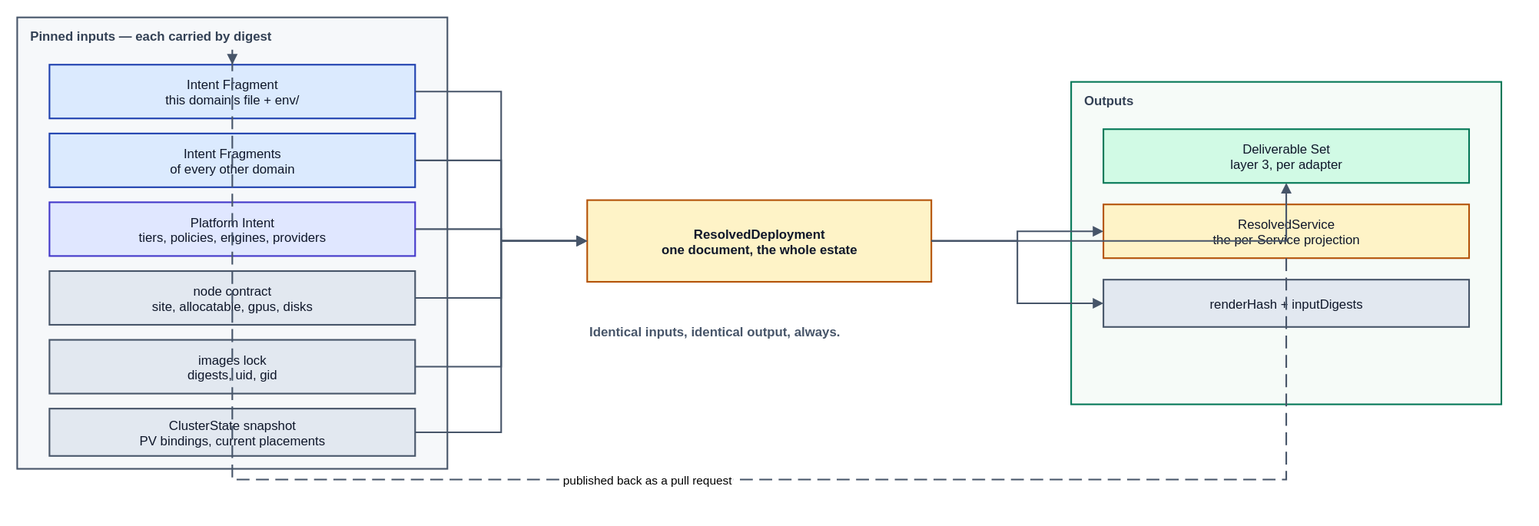
JorisJonkers-dev/deploy-kit keeps this draw.io diagram as spec/v1/diagrams/20-resolved-deployment-io.drawio.svg. Above is the earlier version. Source tidied: cells renumbered, new cells last; positions are measured from the earlier drawing's top-left corner, leaving out a move shared by most shapes. The source it was exported from:
```xml
<mxGraphModel>
  <root>
    <mxCell id="0" />
    <mxCell id="1" parent="0" />
    <mxCell id="2" value="Pinned inputs  —  each carried by digest" style="rounded=0;whiteSpace=nowrap;html=0;fillColor=#f6f8fa;strokeColor=#475569;strokeWidth=1.5;verticalAlign=top;align=left;spacingLeft=10;spacingTop=4;fontStyle=1;fontSize=12;fontFamily=Helvetica;fontColor=#334155;" parent="1" vertex="1">
      <mxGeometry width="400" height="420" as="geometry" />
    </mxCell>
    <mxCell id="3" value="Intent Fragment&#10;this domain's file + env/" style="rounded=0;whiteSpace=nowrap;html=0;align=center;verticalAlign=middle;fillColor=#dbeafe;strokeColor=#1e40af;strokeWidth=1.5;fontFamily=Helvetica;fontSize=12;fontColor=#0f172a;" parent="1" vertex="1">
      <mxGeometry x="30" y="44" width="340" height="50" as="geometry" />
    </mxCell>
    <mxCell id="4" value="Intent Fragments&#10;of every other domain" style="rounded=0;whiteSpace=nowrap;html=0;align=center;verticalAlign=middle;fillColor=#dbeafe;strokeColor=#1e40af;strokeWidth=1.5;fontFamily=Helvetica;fontSize=12;fontColor=#0f172a;" parent="1" vertex="1">
      <mxGeometry x="30" y="108" width="340" height="50" as="geometry" />
    </mxCell>
    <mxCell id="5" value="Platform Intent&#10;tiers, policies, engines, providers" style="rounded=0;whiteSpace=nowrap;html=0;align=center;verticalAlign=middle;fillColor=#e0e7ff;strokeColor=#4338ca;strokeWidth=1.5;fontFamily=Helvetica;fontSize=12;fontColor=#0f172a;" parent="1" vertex="1">
      <mxGeometry x="30" y="172" width="340" height="50" as="geometry" />
    </mxCell>
    <mxCell id="6" value="node contract&#10;site, allocatable, gpus, disks" style="rounded=0;whiteSpace=nowrap;html=0;align=center;verticalAlign=middle;fillColor=#e2e8f0;strokeColor=#475569;strokeWidth=1.5;fontFamily=Helvetica;fontSize=12;fontColor=#0f172a;" parent="1" vertex="1">
      <mxGeometry x="30" y="236" width="340" height="50" as="geometry" />
    </mxCell>
    <mxCell id="7" value="images lock&#10;digests, uid, gid" style="rounded=0;whiteSpace=nowrap;html=0;align=center;verticalAlign=middle;fillColor=#e2e8f0;strokeColor=#475569;strokeWidth=1.5;fontFamily=Helvetica;fontSize=12;fontColor=#0f172a;" parent="1" vertex="1">
      <mxGeometry x="30" y="300" width="340" height="50" as="geometry" />
    </mxCell>
    <mxCell id="8" value="ClusterState snapshot&#10;PV bindings, current placements" style="rounded=0;whiteSpace=nowrap;html=0;align=center;verticalAlign=middle;fillColor=#e2e8f0;strokeColor=#475569;strokeWidth=1.5;fontFamily=Helvetica;fontSize=12;fontColor=#0f172a;" parent="1" vertex="1">
      <mxGeometry x="30" y="364" width="340" height="44" as="geometry" />
    </mxCell>
    <mxCell id="9" value="ResolvedDeployment&#10;one document, the whole estate" style="rounded=0;whiteSpace=nowrap;html=0;align=center;verticalAlign=middle;fillColor=#fef3c7;strokeColor=#b45309;strokeWidth=1.5;fontFamily=Helvetica;fontSize=12;fontColor=#0f172a;fontStyle=1;" parent="1" vertex="1">
      <mxGeometry x="530" y="170" width="320" height="76" as="geometry" />
    </mxCell>
    <mxCell id="10" value="Outputs" style="rounded=0;whiteSpace=nowrap;html=0;fillColor=#f6fbf8;strokeColor=#047857;strokeWidth=1.5;verticalAlign=top;align=left;spacingLeft=10;spacingTop=4;fontStyle=1;fontSize=12;fontFamily=Helvetica;fontColor=#334155;" parent="1" vertex="1">
      <mxGeometry x="980" y="60" width="400" height="300" as="geometry" />
    </mxCell>
    <mxCell id="11" value="Deliverable Set&#10;layer 3, per adapter" style="rounded=0;whiteSpace=nowrap;html=0;align=center;verticalAlign=middle;fillColor=#d1fae5;strokeColor=#047857;strokeWidth=1.5;fontFamily=Helvetica;fontSize=12;fontColor=#0f172a;" parent="1" vertex="1">
      <mxGeometry x="1010" y="104" width="340" height="50" as="geometry" />
    </mxCell>
    <mxCell id="12" value="ResolvedService&#10;the per-Service projection" style="rounded=0;whiteSpace=nowrap;html=0;align=center;verticalAlign=middle;fillColor=#fef3c7;strokeColor=#b45309;strokeWidth=1.5;fontFamily=Helvetica;fontSize=12;fontColor=#0f172a;" parent="1" vertex="1">
      <mxGeometry x="1010" y="174" width="340" height="50" as="geometry" />
    </mxCell>
    <mxCell id="13" value="renderHash  +  inputDigests" style="rounded=0;whiteSpace=nowrap;html=0;align=center;verticalAlign=middle;fillColor=#e2e8f0;strokeColor=#475569;strokeWidth=1.5;fontFamily=Helvetica;fontSize=12;fontColor=#0f172a;" parent="1" vertex="1">
      <mxGeometry x="1010" y="244" width="340" height="44" as="geometry" />
    </mxCell>
    <mxCell id="14" style="edgeStyle=orthogonalEdgeStyle;rounded=0;html=0;jettySize=auto;endArrow=block;endFill=1;strokeColor=#475569;strokeWidth=1.5;fontSize=11;fontFamily=Helvetica;labelBackgroundColor=#ffffff;entryX=0;entryY=0.5;entryDx=0;entryDy=0;" parent="1" edge="1" source="3" target="9">
      <mxGeometry relative="1" as="geometry" />
    </mxCell>
    <mxCell id="15" style="edgeStyle=orthogonalEdgeStyle;rounded=0;html=0;jettySize=auto;endArrow=block;endFill=1;strokeColor=#475569;strokeWidth=1.5;fontSize=11;fontFamily=Helvetica;labelBackgroundColor=#ffffff;entryX=0;entryY=0.5;entryDx=0;entryDy=0;" parent="1" edge="1" source="4" target="9">
      <mxGeometry relative="1" as="geometry" />
    </mxCell>
    <mxCell id="16" style="edgeStyle=orthogonalEdgeStyle;rounded=0;html=0;jettySize=auto;endArrow=block;endFill=1;strokeColor=#475569;strokeWidth=1.5;fontSize=11;fontFamily=Helvetica;labelBackgroundColor=#ffffff;entryX=0;entryY=0.5;entryDx=0;entryDy=0;" parent="1" edge="1" source="5" target="9">
      <mxGeometry relative="1" as="geometry" />
    </mxCell>
    <mxCell id="17" style="edgeStyle=orthogonalEdgeStyle;rounded=0;html=0;jettySize=auto;endArrow=block;endFill=1;strokeColor=#475569;strokeWidth=1.5;fontSize=11;fontFamily=Helvetica;labelBackgroundColor=#ffffff;entryX=0;entryY=0.5;entryDx=0;entryDy=0;" parent="1" edge="1" source="6" target="9">
      <mxGeometry relative="1" as="geometry" />
    </mxCell>
    <mxCell id="18" style="edgeStyle=orthogonalEdgeStyle;rounded=0;html=0;jettySize=auto;endArrow=block;endFill=1;strokeColor=#475569;strokeWidth=1.5;fontSize=11;fontFamily=Helvetica;labelBackgroundColor=#ffffff;entryX=0;entryY=0.5;entryDx=0;entryDy=0;" parent="1" edge="1" source="7" target="9">
      <mxGeometry relative="1" as="geometry" />
    </mxCell>
    <mxCell id="19" style="edgeStyle=orthogonalEdgeStyle;rounded=0;html=0;jettySize=auto;endArrow=block;endFill=1;strokeColor=#475569;strokeWidth=1.5;fontSize=11;fontFamily=Helvetica;labelBackgroundColor=#ffffff;entryX=0;entryY=0.5;entryDx=0;entryDy=0;" parent="1" edge="1" source="8" target="9">
      <mxGeometry relative="1" as="geometry" />
    </mxCell>
    <mxCell id="20" style="edgeStyle=orthogonalEdgeStyle;rounded=0;html=0;jettySize=auto;endArrow=block;endFill=1;strokeColor=#475569;strokeWidth=1.5;fontSize=11;fontFamily=Helvetica;labelBackgroundColor=#ffffff;exitX=1;exitY=0.5;exitDx=0;exitDy=0;" parent="1" edge="1" source="9" target="11">
      <mxGeometry relative="1" as="geometry" />
    </mxCell>
    <mxCell id="21" style="edgeStyle=orthogonalEdgeStyle;rounded=0;html=0;jettySize=auto;endArrow=block;endFill=1;strokeColor=#475569;strokeWidth=1.5;fontSize=11;fontFamily=Helvetica;labelBackgroundColor=#ffffff;exitX=1;exitY=0.5;exitDx=0;exitDy=0;" parent="1" edge="1" source="9" target="12">
      <mxGeometry relative="1" as="geometry" />
    </mxCell>
    <mxCell id="22" style="edgeStyle=orthogonalEdgeStyle;rounded=0;html=0;jettySize=auto;endArrow=block;endFill=1;strokeColor=#475569;strokeWidth=1.5;fontSize=11;fontFamily=Helvetica;labelBackgroundColor=#ffffff;exitX=1;exitY=0.5;exitDx=0;exitDy=0;" parent="1" edge="1" source="9" target="13">
      <mxGeometry relative="1" as="geometry" />
    </mxCell>
    <mxCell id="23" value="published back as a pull request" style="edgeStyle=orthogonalEdgeStyle;rounded=0;html=0;jettySize=auto;endArrow=block;endFill=1;strokeColor=#475569;strokeWidth=1.5;fontSize=11;fontFamily=Helvetica;labelBackgroundColor=#ffffff;dashed=1;dashPattern=8 4;exitX=0.5;exitY=1;exitDx=0;exitDy=0;entryX=0.5;entryY=0;entryDx=0;entryDy=0;" parent="1" edge="1" source="12" target="3">
      <mxGeometry relative="1" as="geometry">
        <Array as="points">
          <mxPoint x="1180" y="430" />
          <mxPoint x="200" y="430" />
          <mxPoint x="200" y="30" />
        </Array>
      </mxGeometry>
    </mxCell>
    <mxCell id="24" value="Identical inputs, identical output, always." style="text;html=0;strokeColor=none;fillColor=none;align=left;verticalAlign=middle;fontFamily=Helvetica;fontSize=12;fontColor=#475569;fontStyle=1;" parent="1" vertex="1">
      <mxGeometry x="530" y="280" width="340" height="24" as="geometry" />
    </mxCell>
  </root>
</mxGraphModel>
```
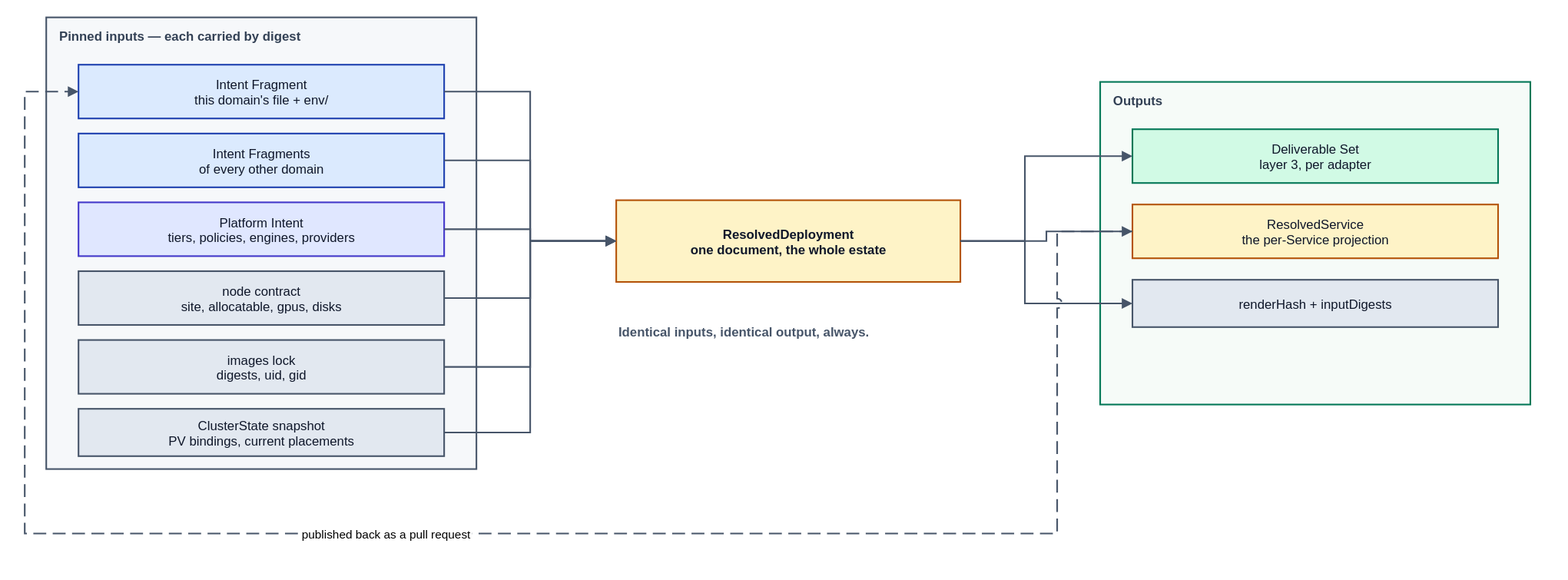
After the change.

The edit, as a diff of the source:
```diff
@@ -5,6 +5,9 @@
     <mxCell id="2" value="Pinned inputs  —  each carried by digest" style="rounded=0;whiteSpace=nowrap;html=0;fillColor=#f6f8fa;strokeColor=#475569;strokeWidth=1.5;verticalAlign=top;align=left;spacingLeft=10;spacingTop=4;fontStyle=1;fontSize=12;fontFamily=Helvetica;fontColor=#334155;" parent="1" vertex="1">
       <mxGeometry width="400" height="420" as="geometry" />
     </mxCell>
+    <mxCell id="10" value="Outputs" style="rounded=0;whiteSpace=nowrap;html=0;fillColor=#f6fbf8;strokeColor=#047857;strokeWidth=1.5;verticalAlign=top;align=left;spacingLeft=10;spacingTop=4;fontStyle=1;fontSize=12;fontFamily=Helvetica;fontColor=#334155;" parent="1" vertex="1">
+      <mxGeometry x="980" y="60" width="400" height="300" as="geometry" />
+    </mxCell>
     <mxCell id="3" value="Intent Fragment&#10;this domain's file + env/" style="rounded=0;whiteSpace=nowrap;html=0;align=center;verticalAlign=middle;fillColor=#dbeafe;strokeColor=#1e40af;strokeWidth=1.5;fontFamily=Helvetica;fontSize=12;fontColor=#0f172a;" parent="1" vertex="1">
       <mxGeometry x="30" y="44" width="340" height="50" as="geometry" />
     </mxCell>
@@ -26,9 +29,6 @@
     <mxCell id="9" value="ResolvedDeployment&#10;one document, the whole estate" style="rounded=0;whiteSpace=nowrap;html=0;align=center;verticalAlign=middle;fillColor=#fef3c7;strokeColor=#b45309;strokeWidth=1.5;fontFamily=Helvetica;fontSize=12;fontColor=#0f172a;fontStyle=1;" parent="1" vertex="1">
       <mxGeometry x="530" y="170" width="320" height="76" as="geometry" />
     </mxCell>
-    <mxCell id="10" value="Outputs" style="rounded=0;whiteSpace=nowrap;html=0;fillColor=#f6fbf8;strokeColor=#047857;strokeWidth=1.5;verticalAlign=top;align=left;spacingLeft=10;spacingTop=4;fontStyle=1;fontSize=12;fontFamily=Helvetica;fontColor=#334155;" parent="1" vertex="1">
-      <mxGeometry x="980" y="60" width="400" height="300" as="geometry" />
-    </mxCell>
     <mxCell id="11" value="Deliverable Set&#10;layer 3, per adapter" style="rounded=0;whiteSpace=nowrap;html=0;align=center;verticalAlign=middle;fillColor=#d1fae5;strokeColor=#047857;strokeWidth=1.5;fontFamily=Helvetica;fontSize=12;fontColor=#0f172a;" parent="1" vertex="1">
       <mxGeometry x="1010" y="104" width="340" height="50" as="geometry" />
     </mxCell>
@@ -38,39 +38,48 @@
     <mxCell id="13" value="renderHash  +  inputDigests" style="rounded=0;whiteSpace=nowrap;html=0;align=center;verticalAlign=middle;fillColor=#e2e8f0;strokeColor=#475569;strokeWidth=1.5;fontFamily=Helvetica;fontSize=12;fontColor=#0f172a;" parent="1" vertex="1">
       <mxGeometry x="1010" y="244" width="340" height="44" as="geometry" />
     </mxCell>
-    <mxCell id="14" style="edgeStyle=orthogonalEdgeStyle;rounded=0;html=0;jettySize=auto;endArrow=block;endFill=1;strokeColor=#475569;strokeWidth=1.5;fontSize=11;fontFamily=Helvetica;labelBackgroundColor=#ffffff;entryX=0;entryY=0.5;entryDx=0;entryDy=0;" parent="1" edge="1" source="3" target="9">
+    <mxCell id="14" style="edgeStyle=orthogonalEdgeStyle;rounded=0;html=0;jettySize=auto;jumpStyle=arc;jumpSize=8;endArrow=block;endFill=1;strokeColor=#475569;strokeWidth=1.5;fontSize=11;fontFamily=Helvetica;labelBackgroundColor=#ffffff;entryX=0;entryY=0.5;entryDx=0;entryDy=0;" parent="1" edge="1" source="3" target="9">
       <mxGeometry relative="1" as="geometry" />
     </mxCell>
-    <mxCell id="15" style="edgeStyle=orthogonalEdgeStyle;rounded=0;html=0;jettySize=auto;endArrow=block;endFill=1;strokeColor=#475569;strokeWidth=1.5;fontSize=11;fontFamily=Helvetica;labelBackgroundColor=#ffffff;entryX=0;entryY=0.5;entryDx=0;entryDy=0;" parent="1" edge="1" source="4" target="9">
+    <mxCell id="15" style="edgeStyle=orthogonalEdgeStyle;rounded=0;html=0;jettySize=auto;jumpStyle=arc;jumpSize=8;endArrow=block;endFill=1;strokeColor=#475569;strokeWidth=1.5;fontSize=11;fontFamily=Helvetica;labelBackgroundColor=#ffffff;entryX=0;entryY=0.5;entryDx=0;entryDy=0;" parent="1" edge="1" source="4" target="9">
       <mxGeometry relative="1" as="geometry" />
     </mxCell>
-    <mxCell id="16" style="edgeStyle=orthogonalEdgeStyle;rounded=0;html=0;jettySize=auto;endArrow=block;endFill=1;strokeColor=#475569;strokeWidth=1.5;fontSize=11;fontFamily=Helvetica;labelBackgroundColor=#ffffff;entryX=0;entryY=0.5;entryDx=0;entryDy=0;" parent="1" edge="1" source="5" target="9">
+    <mxCell id="16" style="edgeStyle=orthogonalEdgeStyle;rounded=0;html=0;jettySize=auto;jumpStyle=arc;jumpSize=8;endArrow=block;endFill=1;strokeColor=#475569;strokeWidth=1.5;fontSize=11;fontFamily=Helvetica;labelBackgroundColor=#ffffff;entryX=0;entryY=0.5;entryDx=0;entryDy=0;" parent="1" edge="1" source="5" target="9">
       <mxGeometry relative="1" as="geometry" />
     </mxCell>
-    <mxCell id="17" style="edgeStyle=orthogonalEdgeStyle;rounded=0;html=0;jettySize=auto;endArrow=block;endFill=1;strokeColor=#475569;strokeWidth=1.5;fontSize=11;fontFamily=Helvetica;labelBackgroundColor=#ffffff;entryX=0;entryY=0.5;entryDx=0;entryDy=0;" parent="1" edge="1" source="6" target="9">
+    <mxCell id="17" style="edgeStyle=orthogonalEdgeStyle;rounded=0;html=0;jettySize=auto;jumpStyle=arc;jumpSize=8;endArrow=block;endFill=1;strokeColor=#475569;strokeWidth=1.5;fontSize=11;fontFamily=Helvetica;labelBackgroundColor=#ffffff;entryX=0;entryY=0.5;entryDx=0;entryDy=0;" parent="1" edge="1" source="6" target="9">
       <mxGeometry relative="1" as="geometry" />
     </mxCell>
-    <mxCell id="18" style="edgeStyle=orthogonalEdgeStyle;rounded=0;html=0;jettySize=auto;endArrow=block;endFill=1;strokeColor=#475569;strokeWidth=1.5;fontSize=11;fontFamily=Helvetica;labelBackgroundColor=#ffffff;entryX=0;entryY=0.5;entryDx=0;entryDy=0;" parent="1" edge="1" source="7" target="9">
+    <mxCell id="18" style="edgeStyle=orthogonalEdgeStyle;rounded=0;html=0;jettySize=auto;jumpStyle=arc;jumpSize=8;endArrow=block;endFill=1;strokeColor=#475569;strokeWidth=1.5;fontSize=11;fontFamily=Helvetica;labelBackgroundColor=#ffffff;entryX=0;entryY=0.5;entryDx=0;entryDy=0;" parent="1" edge="1" source="7" target="9">
       <mxGeometry relative="1" as="geometry" />
     </mxCell>
-    <mxCell id="19" style="edgeStyle=orthogonalEdgeStyle;rounded=0;html=0;jettySize=auto;endArrow=block;endFill=1;strokeColor=#475569;strokeWidth=1.5;fontSize=11;fontFamily=Helvetica;labelBackgroundColor=#ffffff;entryX=0;entryY=0.5;entryDx=0;entryDy=0;" parent="1" edge="1" source="8" target="9">
+    <mxCell id="19" style="edgeStyle=orthogonalEdgeStyle;rounded=0;html=0;jettySize=auto;jumpStyle=arc;jumpSize=8;endArrow=block;endFill=1;strokeColor=#475569;strokeWidth=1.5;fontSize=11;fontFamily=Helvetica;labelBackgroundColor=#ffffff;entryX=0;entryY=0.5;entryDx=0;entryDy=0;" parent="1" edge="1" source="8" target="9">
       <mxGeometry relative="1" as="geometry" />
     </mxCell>
-    <mxCell id="20" style="edgeStyle=orthogonalEdgeStyle;rounded=0;html=0;jettySize=auto;endArrow=block;endFill=1;strokeColor=#475569;strokeWidth=1.5;fontSize=11;fontFamily=Helvetica;labelBackgroundColor=#ffffff;exitX=1;exitY=0.5;exitDx=0;exitDy=0;" parent="1" edge="1" source="9" target="11">
-      <mxGeometry relative="1" as="geometry" />
+    <mxCell id="20" style="edgeStyle=orthogonalEdgeStyle;rounded=0;html=0;jettySize=auto;jumpStyle=arc;jumpSize=8;endArrow=block;endFill=1;strokeColor=#475569;strokeWidth=1.5;fontSize=11;fontFamily=Helvetica;labelBackgroundColor=#ffffff;exitX=1;exitY=0.5;exitDx=0;exitDy=0;entryX=0;entryY=0.5;entryDx=0;entryDy=0;" parent="1" edge="1" source="9" target="11">
+      <mxGeometry relative="1" as="geometry">
+        <Array as="points">
+          <mxPoint x="910" y="129" />
+        </Array>
+      </mxGeometry>
     </mxCell>
-    <mxCell id="21" style="edgeStyle=orthogonalEdgeStyle;rounded=0;html=0;jettySize=auto;endArrow=block;endFill=1;strokeColor=#475569;strokeWidth=1.5;fontSize=11;fontFamily=Helvetica;labelBackgroundColor=#ffffff;exitX=1;exitY=0.5;exitDx=0;exitDy=0;" parent="1" edge="1" source="9" target="12">
+    <mxCell id="21" style="edgeStyle=orthogonalEdgeStyle;rounded=0;html=0;jettySize=auto;jumpStyle=arc;jumpSize=8;endArrow=block;endFill=1;strokeColor=#475569;strokeWidth=1.5;fontSize=11;fontFamily=Helvetica;labelBackgroundColor=#ffffff;exitX=1;exitY=0.5;exitDx=0;exitDy=0;entryX=0;entryY=0.5;entryDx=0;entryDy=0;" parent="1" edge="1" source="9" target="12">
       <mxGeometry relative="1" as="geometry" />
     </mxCell>
-    <mxCell id="22" style="edgeStyle=orthogonalEdgeStyle;rounded=0;html=0;jettySize=auto;endArrow=block;endFill=1;strokeColor=#475569;strokeWidth=1.5;fontSize=11;fontFamily=Helvetica;labelBackgroundColor=#ffffff;exitX=1;exitY=0.5;exitDx=0;exitDy=0;" parent="1" edge="1" source="9" target="13">
-      <mxGeometry relative="1" as="geometry" />
+    <mxCell id="22" style="edgeStyle=orthogonalEdgeStyle;rounded=0;html=0;jettySize=auto;jumpStyle=arc;jumpSize=8;endArrow=block;endFill=1;strokeColor=#475569;strokeWidth=1.5;fontSize=11;fontFamily=Helvetica;labelBackgroundColor=#ffffff;exitX=1;exitY=0.5;exitDx=0;exitDy=0;entryX=0;entryY=0.5;entryDx=0;entryDy=0;" parent="1" edge="1" source="9" target="13">
+      <mxGeometry relative="1" as="geometry">
+        <Array as="points">
+          <mxPoint x="910" y="266" />
+        </Array>
+      </mxGeometry>
     </mxCell>
-    <mxCell id="23" value="published back as a pull request" style="edgeStyle=orthogonalEdgeStyle;rounded=0;html=0;jettySize=auto;endArrow=block;endFill=1;strokeColor=#475569;strokeWidth=1.5;fontSize=11;fontFamily=Helvetica;labelBackgroundColor=#ffffff;dashed=1;dashPattern=8 4;exitX=0.5;exitY=1;exitDx=0;exitDy=0;entryX=0.5;entryY=0;entryDx=0;entryDy=0;" parent="1" edge="1" source="12" target="3">
-      <mxGeometry relative="1" as="geometry">
+    <mxCell id="23" value="published back as a pull request" style="edgeStyle=orthogonalEdgeStyle;rounded=0;html=0;jettySize=auto;jumpStyle=arc;jumpSize=8;endArrow=block;endFill=1;strokeColor=#475569;strokeWidth=1.5;fontSize=11;fontFamily=Helvetica;labelBackgroundColor=#ffffff;dashed=1;dashPattern=8 4;exitX=0;exitY=0.5;exitDx=0;exitDy=0;entryX=0;entryY=0.5;entryDx=0;entryDy=0;" parent="1" edge="1" source="12" target="3">
+      <mxGeometry x="0.1" relative="1" as="geometry">
         <Array as="points">
-          <mxPoint x="1180" y="430" />
-          <mxPoint x="200" y="430" />
-          <mxPoint x="200" y="30" />
+          <mxPoint x="940" y="199" />
+          <mxPoint x="940" y="480" />
+          <mxPoint x="-20" y="480" />
+          <mxPoint x="-20" y="69" />
         </Array>
       </mxGeometry>
     </mxCell>
```
